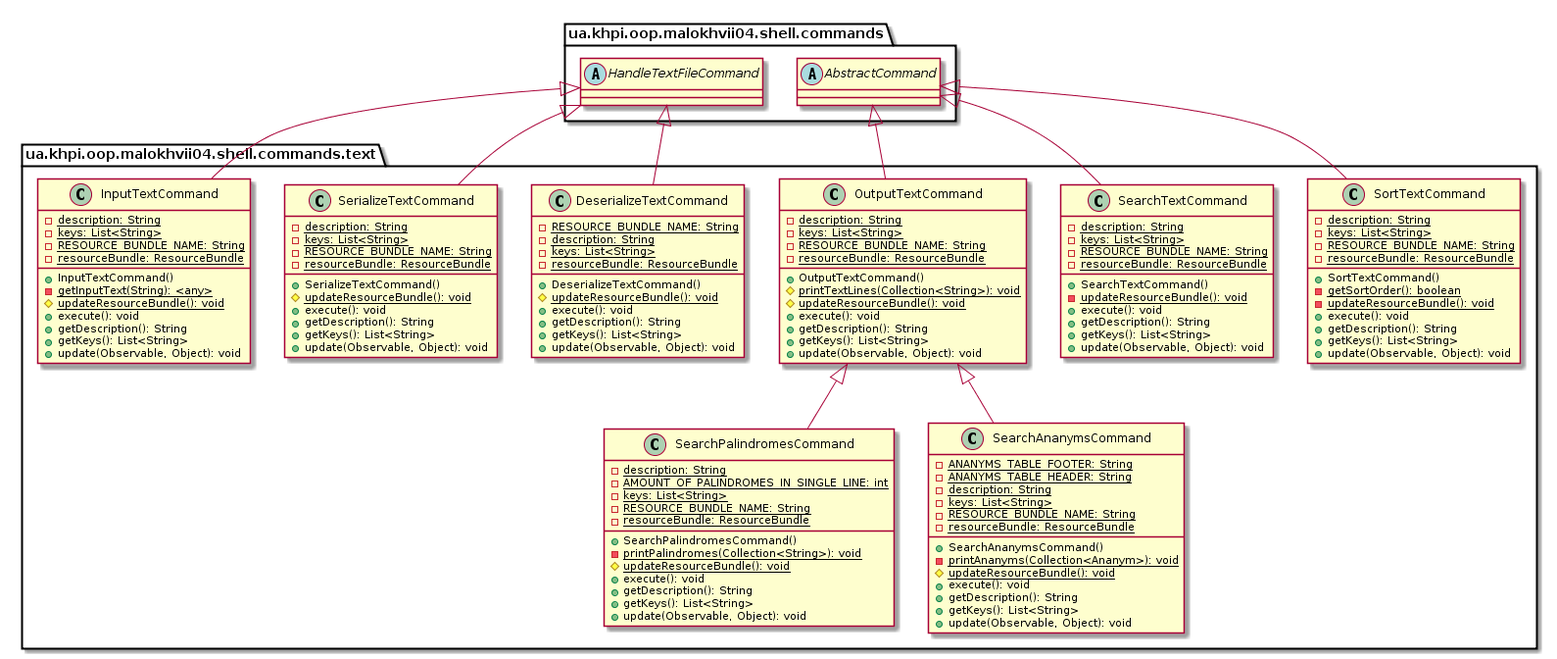
P-Kalin/kit26a keeps this PlantUML diagram as malokhvii-eduard/malokhvii04/doc/plantuml/png/ua.khpi.oop.malokhvii04.shell.commands.text.package.png. Above is the earlier version.
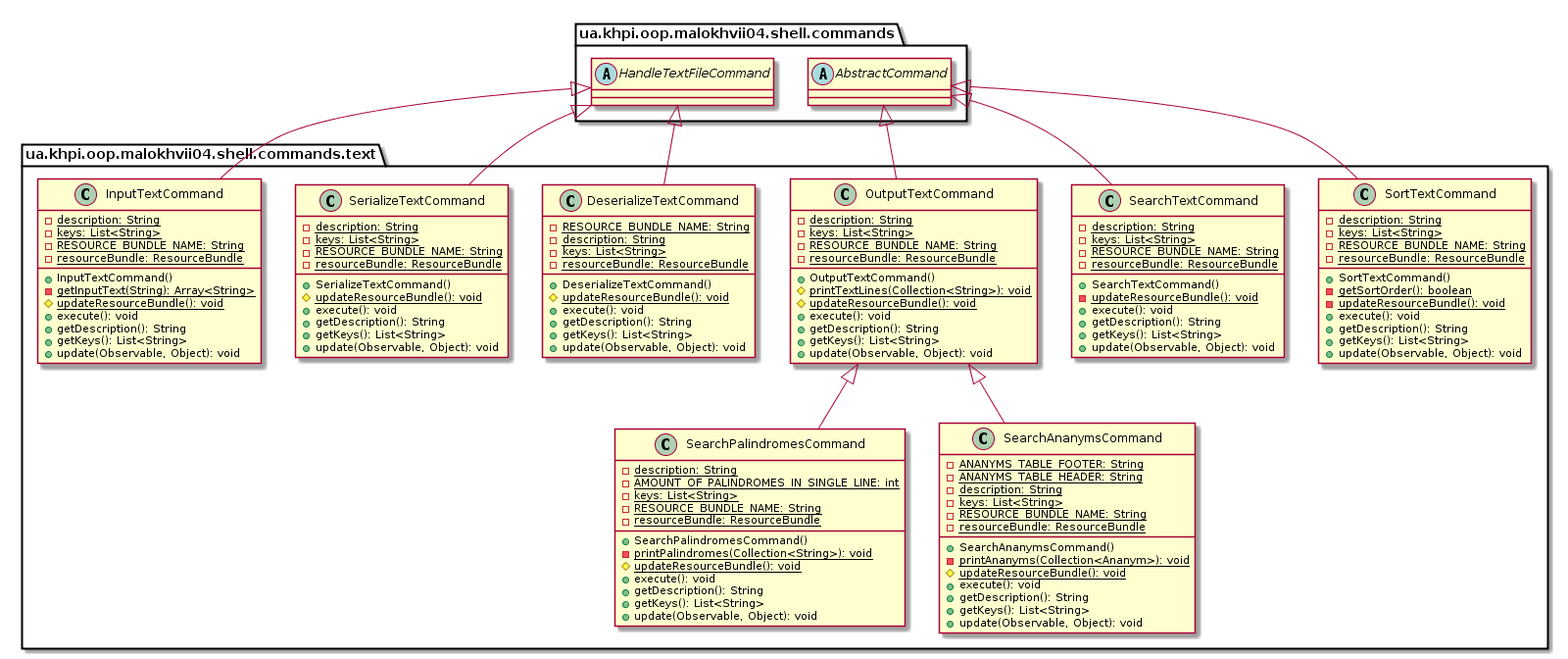
After the change.

Diff of the diagram source:
```diff
@@ -93,7 +93,7 @@
             {static} -RESOURCE_BUNDLE_NAME: String
             {static} -resourceBundle: ResourceBundle
             +InputTextCommand()
-            {static} -getInputText(String): <any>
+            {static} -getInputText(String): Array<String>
             {static} #updateResourceBundle(): void
             +execute(): void
             +getDescription(): String
```
